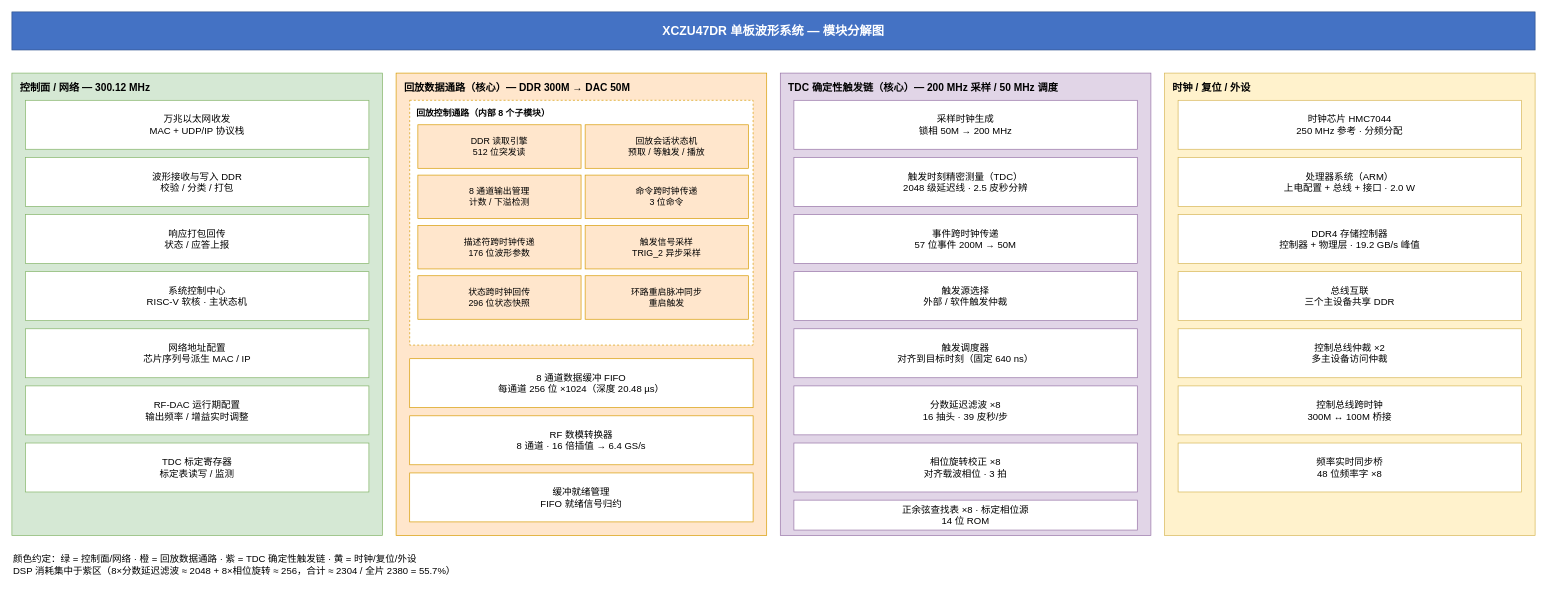
Above: docs/diagrams/02_模块分解图.drawio in Ayahmu/xczu47dr-rfdc (draw.io), before the change. Source tidied: cells renumbered, new cells numbered last; positions are measured from the earlier drawing's top-left corner, leaving out a move shared by most shapes. Both pictures are drawn from the tidied source at 68%, with x=0, y=0 at pixel (12, 12).
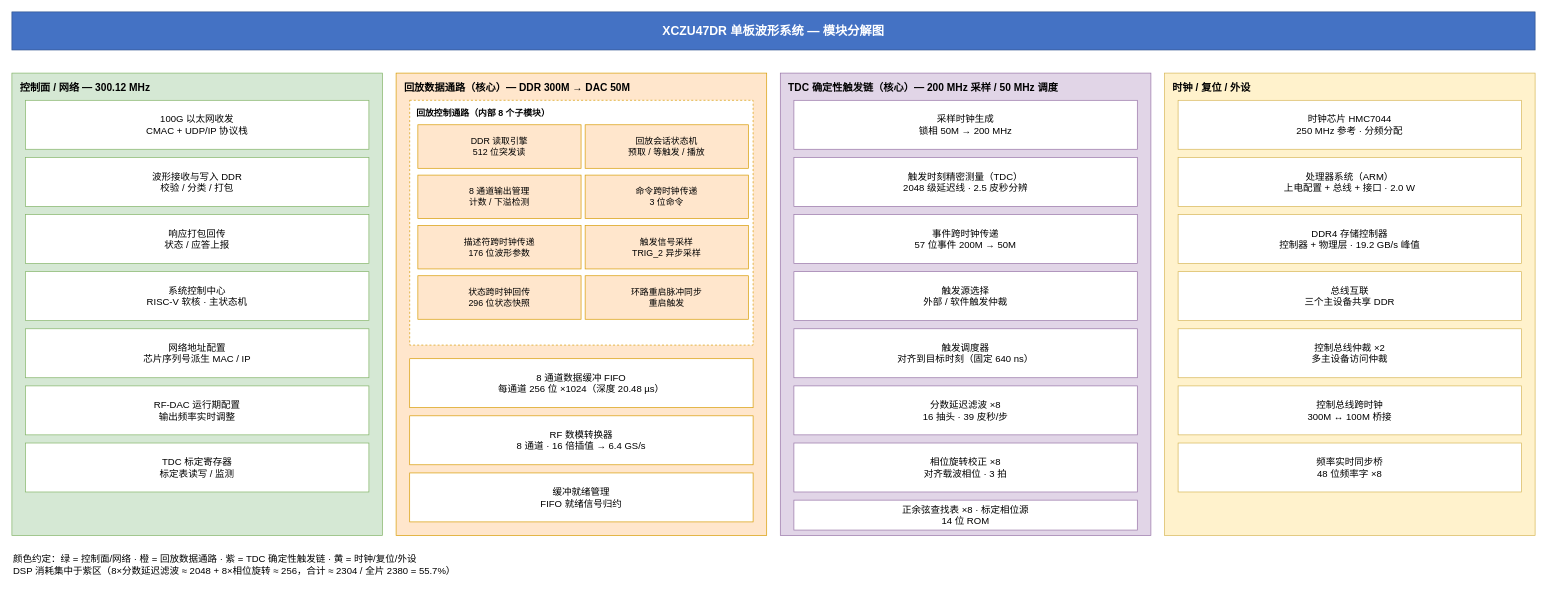
Above is the later version.

The change refers to these unchanged cells:
```xml
<mxCell id="3" value="控制面 / 网络 — 300.12 MHz" style="whiteSpace=wrap;html=1;verticalAlign=top;align=left;spacingLeft=10;spacingTop=6;fontSize=15;fontStyle=1;fillColor=#D5E8D4;strokeColor=#82B366;" parent="1" vertex="1">
  <mxGeometry y="90" width="545" height="680" as="geometry" />
</mxCell>
```

What changed in the source:
```diff
@@
-    <mxCell id="4" value="万兆以太网收发&#10;MAC + UDP/IP 协议栈" style="whiteSpace=wrap;html=1;fillColor=#FFFFFF;strokeColor=#82B366;fontSize=14;" parent="3" vertex="1">
+    <mxCell id="4" value="100G 以太网收发&#10;CMAC + UDP/IP 协议栈" style="whiteSpace=wrap;html=1;fillColor=#FFFFFF;strokeColor=#82B366;fontSize=14;" parent="3" vertex="1">
       <mxGeometry x="20" y="40" width="505" height="72" as="geometry" />
     </mxCell>
@@
-    <mxCell id="9" value="RF-DAC 运行期配置&#10;输出频率 / 增益实时调整" style="whiteSpace=wrap;html=1;fillColor=#FFFFFF;strokeColor=#82B366;fontSize=14;" parent="3" vertex="1">
+    <mxCell id="9" value="RF-DAC 运行期配置&#10;输出频率实时调整" style="whiteSpace=wrap;html=1;fillColor=#FFFFFF;strokeColor=#82B366;fontSize=14;" parent="3" vertex="1">
       <mxGeometry x="20" y="460" width="505" height="72" as="geometry" />
     </mxCell>
```
